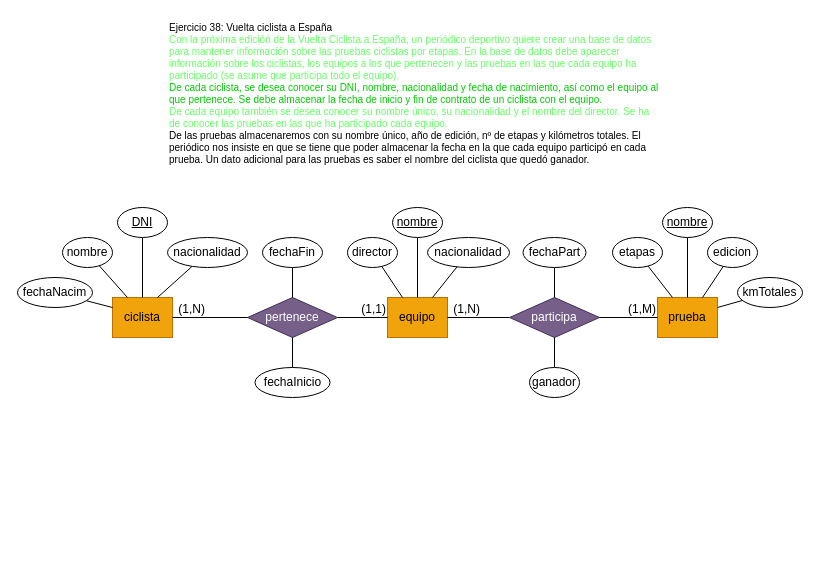
This is RelacionEjercicios5/Ejercicio38.drawio from Neixxl/BaseDeDatos, a draw.io file, before an edit. Source tidied: cells renumbered, new cells numbered last; positions are measured from the earlier drawing's top-left corner, leaving out a move shared by most shapes. Both pictures are drawn from the tidied source at 100%, with x=0, y=0 at pixel (17, 17).
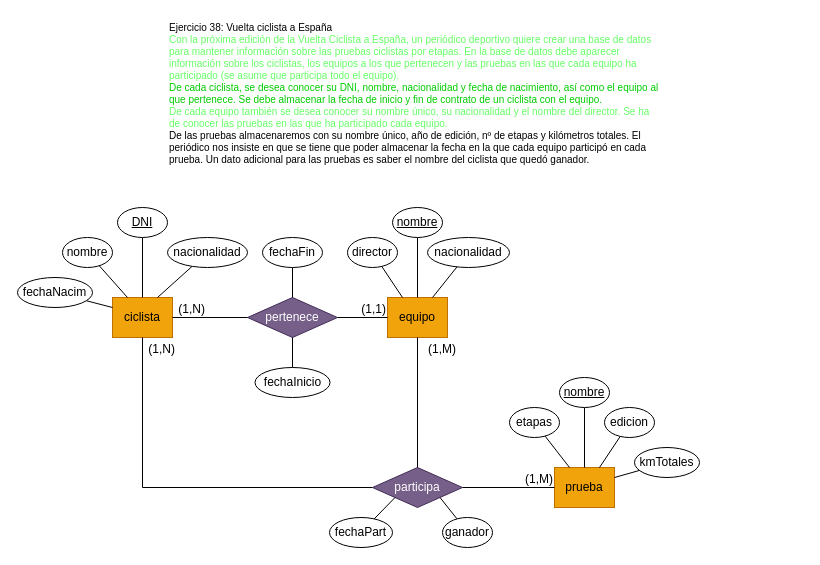
The same page after the edit.

Unchanged cells that the change refers to:
```xml
<mxCell id="3" value="ciclista" style="whiteSpace=wrap;html=1;align=center;fillColor=#f0a30a;strokeColor=#BD7000;fontColor=#000000;" parent="1" vertex="1">
  <mxGeometry x="95" y="280" width="60" height="40" as="geometry" />
</mxCell>
<mxCell id="4" value="equipo" style="whiteSpace=wrap;html=1;align=center;fillColor=#f0a30a;strokeColor=#BD7000;fontColor=#000000;" parent="1" vertex="1">
  <mxGeometry x="370" y="280" width="60" height="40" as="geometry" />
</mxCell>
```

What changed in the source:
```diff
@@
     <mxCell id="5" value="prueba" style="whiteSpace=wrap;html=1;align=center;fillColor=#f0a30a;strokeColor=#BD7000;fontColor=#000000;" parent="1" vertex="1">
-      <mxGeometry x="640" y="280" width="60" height="40" as="geometry" />
+      <mxGeometry x="537" y="450" width="60" height="40" as="geometry" />
     </mxCell>
@@
     <mxCell id="29" value="participa" style="shape=rhombus;perimeter=rhombusPerimeter;whiteSpace=wrap;html=1;align=center;fillColor=#76608a;fontColor=#ffffff;strokeColor=#432D57;" parent="1" vertex="1">
-      <mxGeometry x="492" y="280" width="90" height="40" as="geometry" />
+      <mxGeometry x="355" y="450" width="90" height="40" as="geometry" />
     </mxCell>
-    <mxCell id="30" style="endArrow=none;html=1;rounded=0;exitX=0;exitY=0.5;exitDx=0;exitDy=0;entryX=1;entryY=0.5;entryDx=0;entryDy=0;" parent="1" edge="1" source="29" target="4">
-      <mxGeometry relative="1" as="geometry" />
+    <mxCell id="30" style="endArrow=none;html=1;rounded=0;exitX=0;exitY=0.5;exitDx=0;exitDy=0;entryX=0.5;entryY=1;entryDx=0;entryDy=0;" parent="1" edge="1" source="29" target="3">
+      <mxGeometry relative="1" as="geometry">
+        <Array as="points">
+          <mxPoint x="125" y="470" />
+        </Array>
+      </mxGeometry>
     </mxCell>
     <mxCell id="31" value="(1,N)" style="html=1;whiteSpace=wrap;align=right;verticalAlign=bottom;" parent="30" vertex="1">
       <mxGeometry x="1" relative="1" as="geometry">
-        <mxPoint x="34" as="offset" />
+        <mxPoint x="34" y="20" as="offset" />
       </mxGeometry>
     </mxCell>
@@
     <mxCell id="35" value="&lt;u&gt;nombre&lt;/u&gt;" style="ellipse;whiteSpace=wrap;html=1;align=center;" parent="1" vertex="1">
-      <mxGeometry x="645" y="190" width="50" height="30" as="geometry" />
+      <mxGeometry x="542" y="360" width="50" height="30" as="geometry" />
     </mxCell>
@@
     <mxCell id="37" value="edicion" style="ellipse;whiteSpace=wrap;html=1;align=center;" parent="1" vertex="1">
-      <mxGeometry x="690" y="220" width="50" height="30" as="geometry" />
+      <mxGeometry x="587" y="390" width="50" height="30" as="geometry" />
     </mxCell>
@@
     <mxCell id="39" value="etapas" style="ellipse;whiteSpace=wrap;html=1;align=center;" parent="1" vertex="1">
-      <mxGeometry x="595" y="220" width="50" height="30" as="geometry" />
+      <mxGeometry x="492" y="390" width="50" height="30" as="geometry" />
     </mxCell>
@@
     <mxCell id="41" value="kmTotales" style="ellipse;whiteSpace=wrap;html=1;align=center;" parent="1" vertex="1">
-      <mxGeometry x="720" y="260" width="65" height="30" as="geometry" />
+      <mxGeometry x="617" y="430" width="65" height="30" as="geometry" />
     </mxCell>
-    <mxCell id="42" style="endArrow=none;html=1;rounded=0;exitX=0.5;exitY=0;exitDx=0;exitDy=0;" parent="1" edge="1" source="29" target="43">
+    <mxCell id="42" style="endArrow=none;html=1;rounded=0;exitX=0;exitY=1;exitDx=0;exitDy=0;" parent="1" edge="1" source="29" target="43">
       <mxGeometry relative="1" as="geometry" />
     </mxCell>
     <mxCell id="43" value="fechaPart" style="ellipse;whiteSpace=wrap;html=1;align=center;" parent="1" vertex="1">
-      <mxGeometry x="505.5" y="220" width="63" height="30" as="geometry" />
+      <mxGeometry x="312" y="500" width="63" height="30" as="geometry" />
     </mxCell>
-    <mxCell id="44" style="endArrow=none;html=1;rounded=0;exitX=0.5;exitY=1;exitDx=0;exitDy=0;" parent="1" edge="1" source="29" target="45">
+    <mxCell id="44" style="endArrow=none;html=1;rounded=0;exitX=1;exitY=1;exitDx=0;exitDy=0;" parent="1" edge="1" source="29" target="45">
       <mxGeometry relative="1" as="geometry" />
     </mxCell>
     <mxCell id="45" value="ganador" style="ellipse;whiteSpace=wrap;html=1;align=center;" parent="1" vertex="1">
-      <mxGeometry x="512" y="350" width="50" height="30" as="geometry" />
+      <mxGeometry x="425" y="500" width="50" height="30" as="geometry" />
     </mxCell>
+    <mxCell id="46" style="endArrow=none;html=1;rounded=0;exitX=0.5;exitY=0;exitDx=0;exitDy=0;entryX=0.5;entryY=1;entryDx=0;entryDy=0;" parent="1" edge="1" source="29" target="4">
+      <mxGeometry relative="1" as="geometry" />
+    </mxCell>
+    <mxCell id="47" value="(1,M)" style="html=1;whiteSpace=wrap;align=right;verticalAlign=bottom;" parent="46" vertex="1">
+      <mxGeometry x="1" relative="1" as="geometry">
+        <mxPoint x="40" y="20" as="offset" />
+      </mxGeometry>
+    </mxCell>
```
